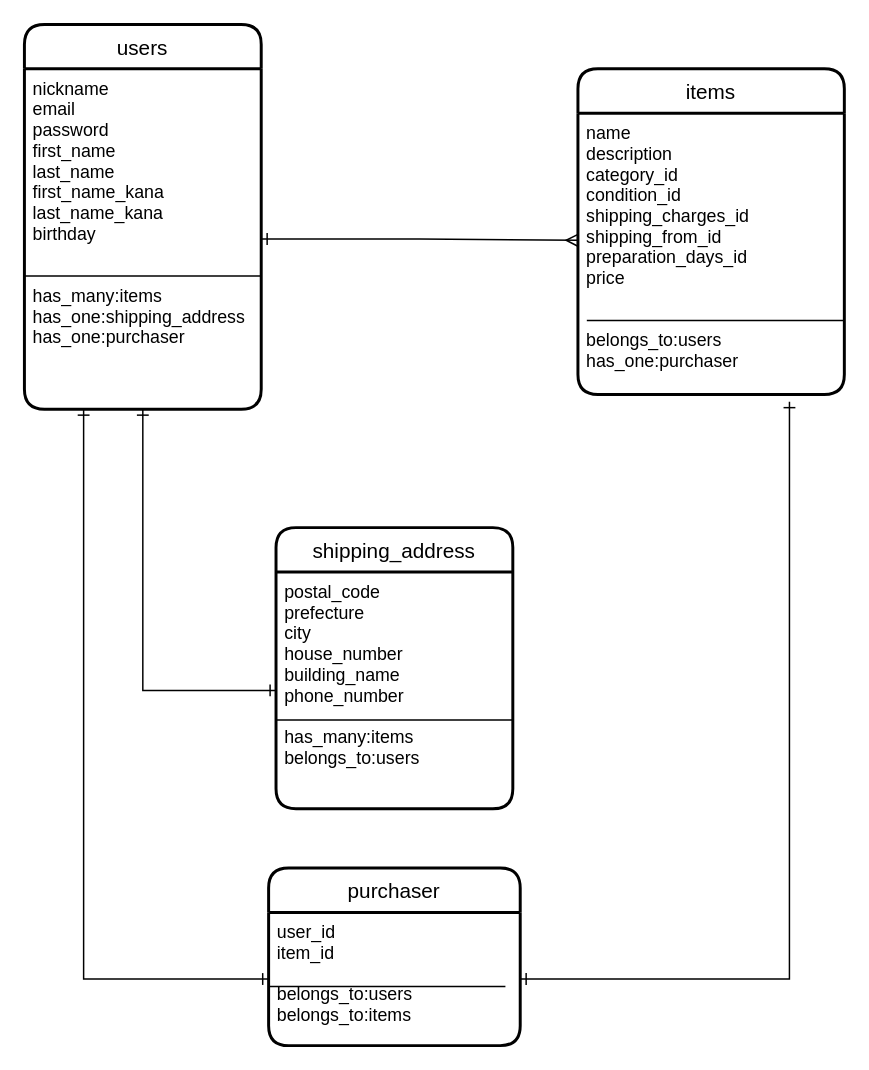
ryo1997/furima-29800 keeps this draw.io diagram as furima.dio. Above is the earlier version. Source tidied: cells renumbered, new cells numbered last; positions are measured from the earlier drawing's top-left corner, leaving out a move shared by most shapes. Both pictures are drawn from the tidied source at 148%, with x=0, y=0 at pixel (24, 24).
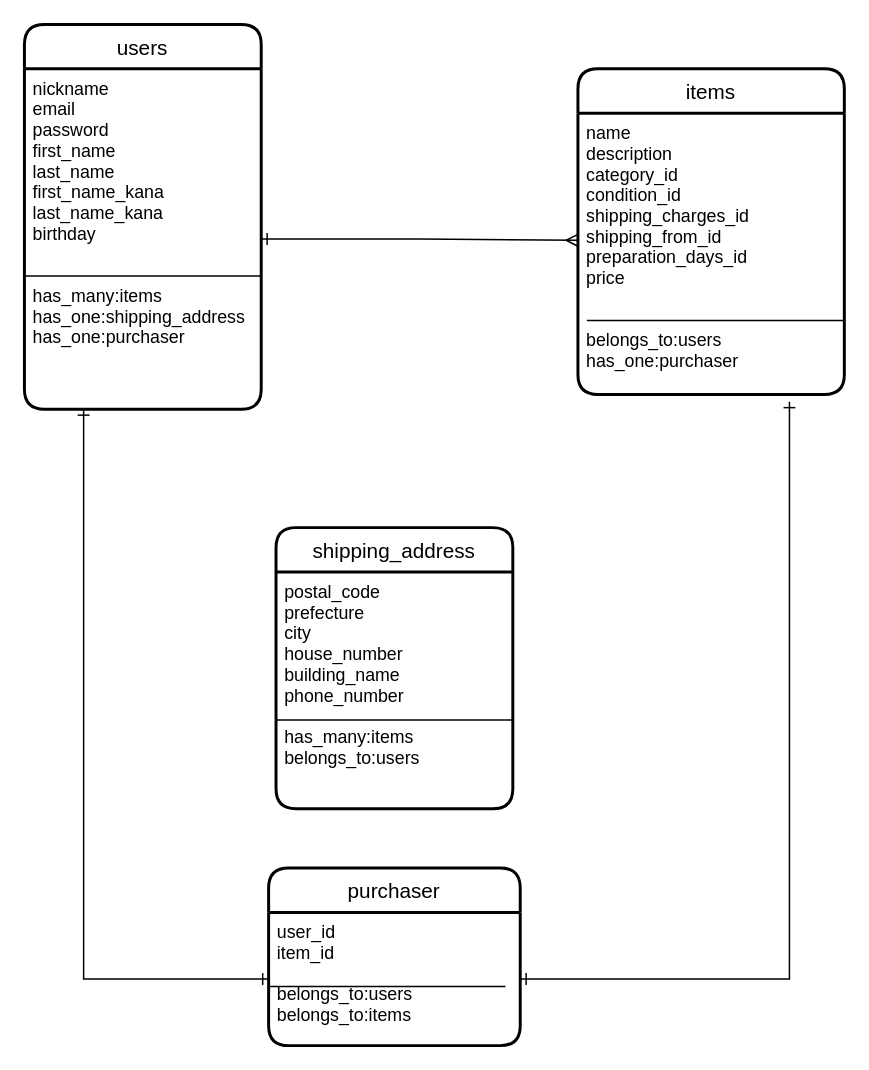
After the change.

Commit message:
アソシエーション変更

The change refers to these unchanged cells:
```xml
<mxCell id="3" value="nickname&#10;email&#10;password&#10;first_name&#10;last_name&#10;first_name_kana&#10;last_name_kana&#10;birthday&#10;&#10;&#10;has_many:items&#10;has_one:shipping_address&#10;has_one:purchaser&#10;" style="align=left;strokeColor=none;fillColor=none;spacingLeft=4;fontSize=12;verticalAlign=top;" parent="2" vertex="1">
  <mxGeometry y="30" width="160" height="230" as="geometry" />
</mxCell>
<mxCell id="8" value="postal_code&#10;prefecture&#10;city&#10;house_number&#10;building_name&#10;phone_number&#10;&#10;has_many:items&#10;belongs_to:users&#10;&#10;" style="align=left;strokeColor=none;fillColor=none;spacingLeft=4;fontSize=12;verticalAlign=top;" parent="7" vertex="1">
  <mxGeometry y="30" width="160" height="160" as="geometry" />
</mxCell>
```

The edit, as a diff of the source:
```diff
@@
-    <mxCell id="10" style="edgeStyle=orthogonalEdgeStyle;rounded=0;jettySize=auto;html=1;exitX=0.5;exitY=1;exitDx=0;exitDy=0;entryX=0;entryY=0.5;entryDx=0;entryDy=0;startArrow=ERone;startFill=0;endArrow=ERone;endFill=0;" parent="1" edge="1" source="3" target="8">
-      <mxGeometry relative="1" as="geometry" />
-    </mxCell>
```
